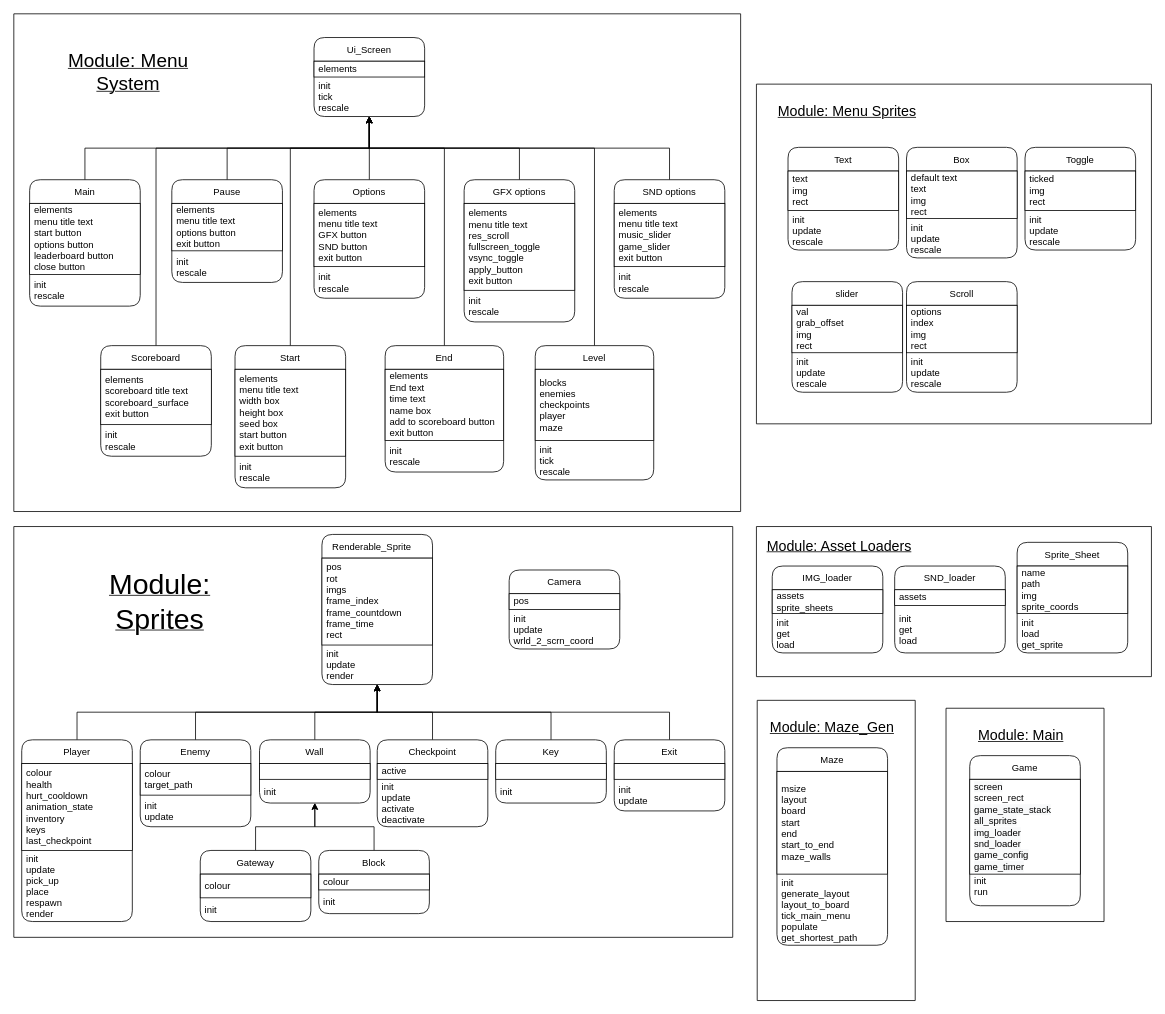
Before: class diagrams.drawio in Scaniox/H446-programming-project, a draw.io diagram. Source tidied: cells renumbered, new cells numbered last; positions are measured from the earlier drawing's top-left corner, leaving out a move shared by most shapes. Both pictures are drawn from the tidied source at 79%, with x=0, y=0 at pixel (13, 13).
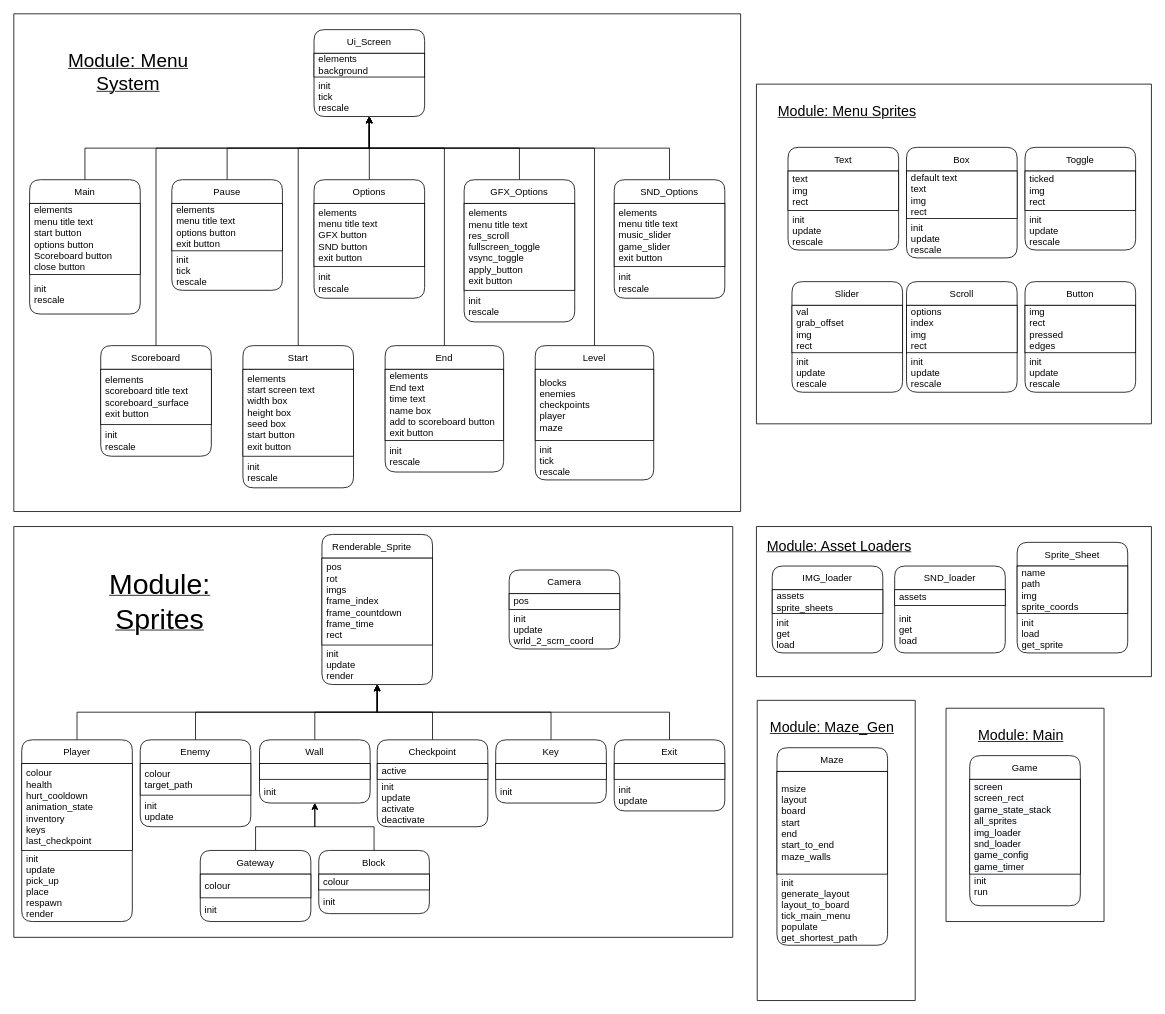
The same page after the edit.

Commit message (it also covers changes not shown here):
design menu system - 17 01 22

The change refers to these unchanged cells:
```xml
<mxCell id="63" style="swimlane;startSize=0;fontSize=36;" parent="1" vertex="1">
  <mxGeometry width="920" height="630" as="geometry" />
</mxCell>
<mxCell id="104" style="swimlane;startSize=0;fontSize=36;" parent="1" vertex="1">
  <mxGeometry x="940" y="89" width="500" height="430" as="geometry" />
</mxCell>
```

What changed in the source:
```diff
@@
     <mxCell id="66" value="Main" style="swimlane;fontStyle=0;horizontal=1;startSize=30;rounded=1;" parent="63" vertex="1">
-      <mxGeometry x="20" y="210" width="140" height="160" as="geometry" />
+      <mxGeometry x="20" y="210" width="140" height="170" as="geometry" />
     </mxCell>
-    <mxCell id="67" value="elements&lt;br&gt;menu title text&lt;br&gt;start button&lt;br&gt;options button&lt;br&gt;leaderboard button&lt;br&gt;close button" style="rounded=0;whiteSpace=wrap;html=1;align=left;spacingLeft=4;" parent="66" vertex="1">
+    <mxCell id="67" value="elements&lt;br&gt;menu title text&lt;br&gt;start button&lt;br&gt;options button&lt;br&gt;Scoreboard button&lt;br&gt;close button" style="rounded=0;whiteSpace=wrap;html=1;align=left;spacingLeft=4;" parent="66" vertex="1">
       <mxGeometry y="30" width="140" height="90" as="geometry" />
     </mxCell>
     <mxCell id="68" value="init&#10;rescale" style="text;strokeColor=none;fillColor=none;align=left;verticalAlign=middle;spacingLeft=4;spacingRight=4;overflow=hidden;" parent="66" vertex="1">
-      <mxGeometry y="120" width="140" height="40" as="geometry" />
+      <mxGeometry y="120" width="140" height="50" as="geometry" />
     </mxCell>
@@
     <mxCell id="70" value="Pause" style="swimlane;fontStyle=0;horizontal=1;startSize=30;rounded=1;" parent="63" vertex="1">
-      <mxGeometry x="200" y="210" width="140" height="130" as="geometry" />
+      <mxGeometry x="200" y="210" width="140" height="140" as="geometry" />
     </mxCell>
@@
-    <mxCell id="72" value="init&#10;rescale" style="text;strokeColor=none;fillColor=none;align=left;verticalAlign=middle;spacingLeft=4;spacingRight=4;overflow=hidden;" parent="70" vertex="1">
-      <mxGeometry y="90" width="140" height="40" as="geometry" />
+    <mxCell id="72" value="init&#10;tick&#10;rescale" style="text;strokeColor=none;fillColor=none;align=left;verticalAlign=middle;spacingLeft=4;spacingRight=4;overflow=hidden;" parent="70" vertex="1">
+      <mxGeometry y="90" width="140" height="50" as="geometry" />
     </mxCell>
@@
-    <mxCell id="78" value="GFX options" style="swimlane;fontStyle=0;horizontal=1;startSize=30;rounded=1;" parent="63" vertex="1">
+    <mxCell id="78" value="GFX_Options" style="swimlane;fontStyle=0;horizontal=1;startSize=30;rounded=1;" parent="63" vertex="1">
       <mxGeometry x="570" y="210" width="140" height="180" as="geometry" />
     </mxCell>
@@
-    <mxCell id="82" value="SND options" style="swimlane;fontStyle=0;horizontal=1;startSize=30;rounded=1;" parent="63" vertex="1">
+    <mxCell id="82" value="SND_Options" style="swimlane;fontStyle=0;horizontal=1;startSize=30;rounded=1;" parent="63" vertex="1">
       <mxGeometry x="760" y="210" width="140" height="150" as="geometry" />
     </mxCell>
@@
     <mxCell id="89" style="edgeStyle=orthogonalEdgeStyle;rounded=0;jettySize=auto;html=1;exitX=0.5;exitY=0;exitDx=0;exitDy=0;" parent="63" edge="1" source="90" target="101">
       <mxGeometry relative="1" as="geometry">
         <Array as="points">
-          <mxPoint x="350" y="170" />
+          <mxPoint x="360" y="170" />
           <mxPoint x="450" y="170" />
         </Array>
       </mxGeometry>
     </mxCell>
     <mxCell id="90" value="Start" style="swimlane;fontStyle=0;horizontal=1;startSize=30;rounded=1;" parent="63" vertex="1">
-      <mxGeometry x="280" y="420" width="140" height="180" as="geometry" />
+      <mxGeometry x="290" y="420" width="140" height="180" as="geometry" />
     </mxCell>
-    <mxCell id="91" value="elements&lt;br&gt;menu title text&lt;br&gt;width box&lt;br&gt;height box&lt;br&gt;seed box&lt;br&gt;start button&lt;br&gt;exit button" style="rounded=0;whiteSpace=wrap;html=1;align=left;spacingLeft=4;" parent="90" vertex="1">
+    <mxCell id="91" value="elements&lt;br&gt;start screen text&lt;br&gt;width box&lt;br&gt;height box&lt;br&gt;seed box&lt;br&gt;start button&lt;br&gt;exit button" style="rounded=0;whiteSpace=wrap;html=1;align=left;spacingLeft=4;" parent="90" vertex="1">
       <mxGeometry y="30" width="140" height="110" as="geometry" />
     </mxCell>
@@
     <mxCell id="101" value="Ui_Screen" style="swimlane;fontStyle=0;horizontal=1;startSize=30;rounded=1;" parent="63" vertex="1">
-      <mxGeometry x="380" y="30" width="140" height="100" as="geometry" />
+      <mxGeometry x="380" y="20" width="140" height="110" as="geometry" />
     </mxCell>
-    <mxCell id="102" value="elements" style="rounded=0;whiteSpace=wrap;html=1;align=left;spacingLeft=4;" parent="101" vertex="1">
-      <mxGeometry y="30" width="140" height="20" as="geometry" />
+    <mxCell id="102" value="elements&lt;br&gt;background" style="rounded=0;whiteSpace=wrap;html=1;align=left;spacingLeft=4;" parent="101" vertex="1">
+      <mxGeometry y="30" width="140" height="30" as="geometry" />
     </mxCell>
     <mxCell id="103" value="init&#10;tick&#10;rescale" style="text;strokeColor=none;fillColor=none;align=left;verticalAlign=middle;spacingLeft=4;spacingRight=4;overflow=hidden;" parent="101" vertex="1">
-      <mxGeometry y="50" width="140" height="50" as="geometry" />
+      <mxGeometry y="60" width="140" height="50" as="geometry" />
     </mxCell>
@@
-    <mxCell id="118" value="slider" style="swimlane;fontStyle=0;horizontal=1;startSize=30;rounded=1;" parent="104" vertex="1">
+    <mxCell id="118" value="Slider" style="swimlane;fontStyle=0;horizontal=1;startSize=30;rounded=1;" parent="104" vertex="1">
       <mxGeometry x="45" y="250" width="140" height="140" as="geometry" />
     </mxCell>
@@
+    <mxCell id="121" value="Button" style="swimlane;fontStyle=0;horizontal=1;startSize=30;rounded=1;" parent="104" vertex="1">
+      <mxGeometry x="340" y="250" width="140" height="140" as="geometry" />
+    </mxCell>
+    <mxCell id="122" value="img&lt;br&gt;rect&lt;br&gt;pressed&lt;br&gt;edges" style="rounded=0;whiteSpace=wrap;html=1;align=left;spacingLeft=4;" parent="121" vertex="1">
+      <mxGeometry y="30" width="140" height="60" as="geometry" />
+    </mxCell>
+    <mxCell id="123" value="init&#10;update&#10;rescale" style="text;strokeColor=none;fillColor=none;align=left;verticalAlign=middle;spacingLeft=4;spacingRight=4;overflow=hidden;" parent="121" vertex="1">
+      <mxGeometry y="90" width="140" height="50" as="geometry" />
+    </mxCell>
```
